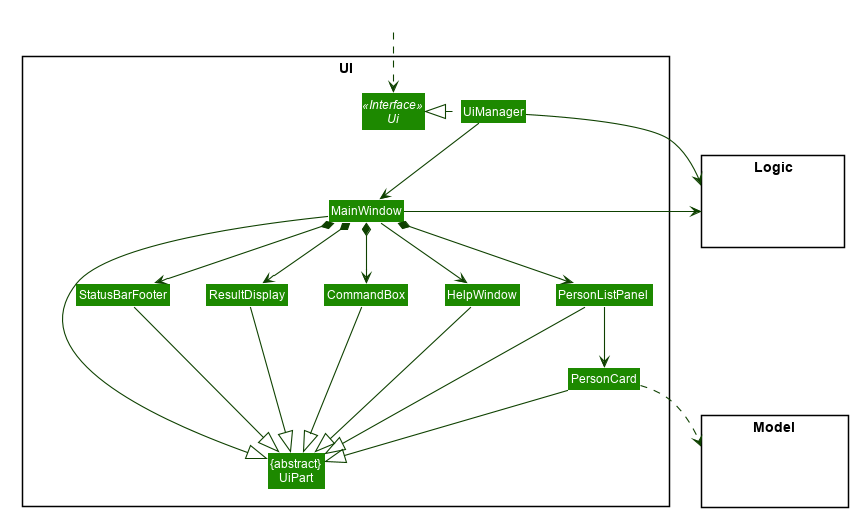
nus-cs2103-AY2021S1/tp keeps this PlantUML diagram as docs/images/UiClassDiagram.png. Above is the earlier version.
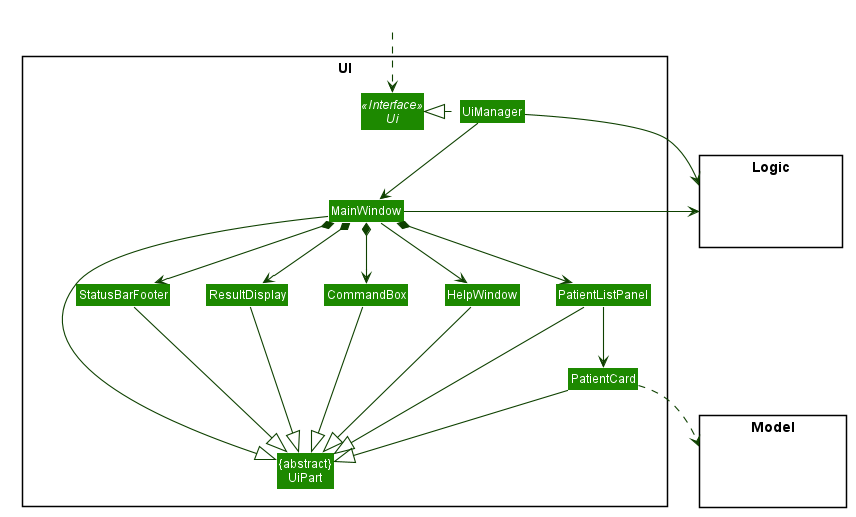
Later version of the same file.

Change to the diagram source:
```diff
@@ -58,8 +58,8 @@
 Class MainWindow
 Class HelpWindow
 Class ResultDisplay
-Class PersonListPanel
-Class PersonCard
+Class PatientListPanel
+Class PatientCard
 Class StatusBarFooter
 Class CommandBox
 }
@@ -80,25 +80,25 @@
 MainWindow --> HelpWindow
 MainWindow *-down-> CommandBox
 MainWindow *-down-> ResultDisplay
-MainWindow *-down-> PersonListPanel
+MainWindow *-down-> PatientListPanel
 MainWindow *-down-> StatusBarFooter
 
-PersonListPanel -down-> PersonCard
+PatientListPanel -down-> PatientCard
 
 MainWindow -left-|> UiPart
 
 ResultDisplay --|> UiPart
 CommandBox --|> UiPart
-PersonListPanel --|> UiPart
-PersonCard --|> UiPart
+PatientListPanel --|> UiPart
+PatientCard --|> UiPart
 StatusBarFooter --|> UiPart
 HelpWindow -down-|> UiPart
 
-PersonCard ..> Model
+PatientCard ..> Model
 UiManager -right-> Logic
 MainWindow -left-> Logic
 
-PersonListPanel -[hidden]left- HelpWindow
+PatientListPanel -[hidden]left- HelpWindow
 HelpWindow -[hidden]left- CommandBox
 CommandBox -[hidden]left- ResultDisplay
 ResultDisplay -[hidden]left- StatusBarFooter
```
